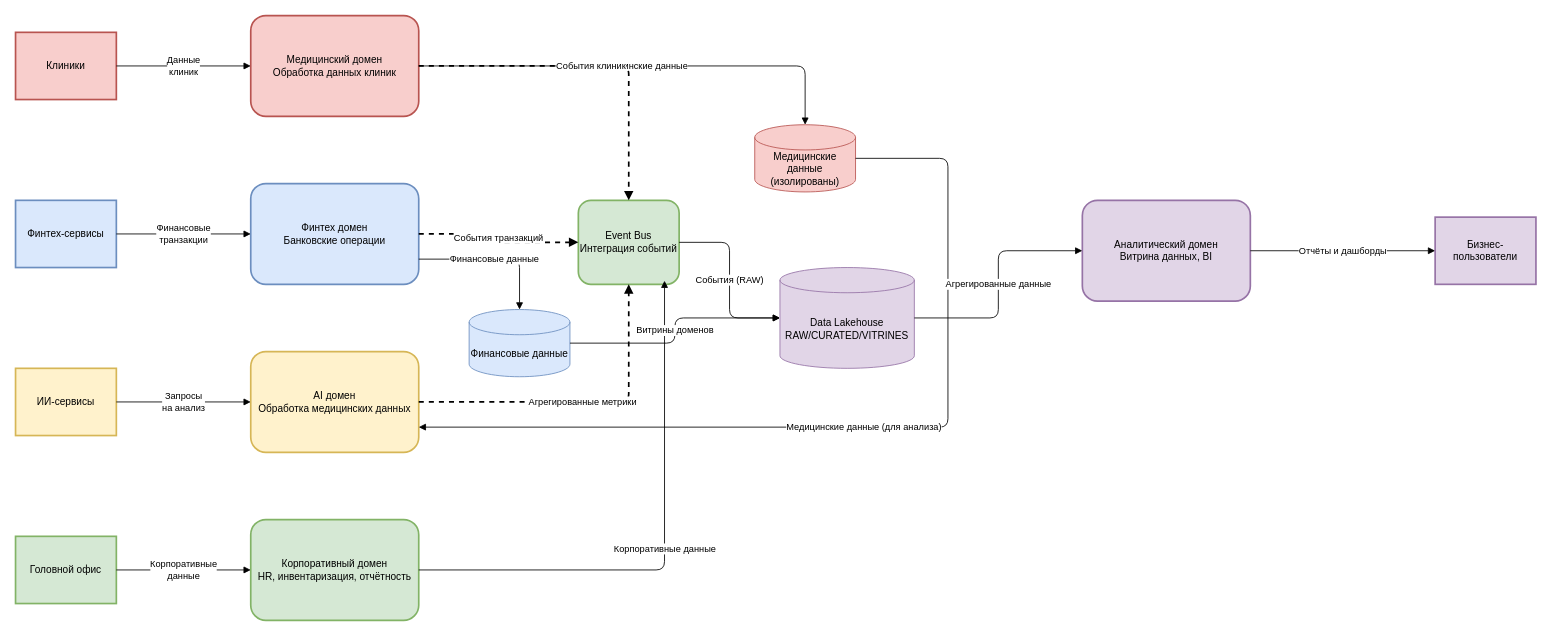
practicumstudent2025/architecture-future_2_0 keeps this draw.io diagram as Task2/data_flow_diagram.drawio. Above is the earlier version. Source tidied: cells renumbered, new cells numbered last; positions are measured from the earlier drawing's top-left corner, leaving out a move shared by most shapes. Both pictures are drawn from the tidied source at 84%, with x=0, y=0 at pixel (15, 15).
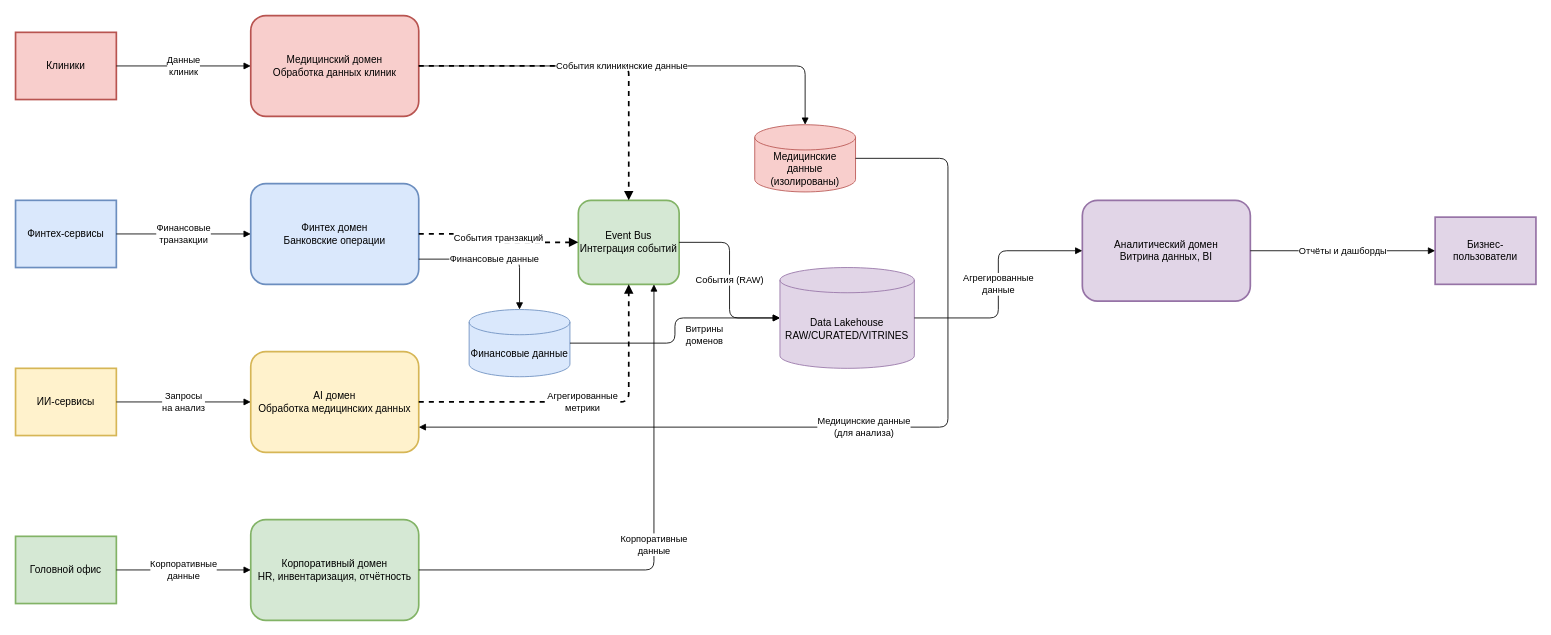
After the change.

Commit message:
Task2: Обновления DFD диаграммы

The change refers to these unchanged cells:
```xml
<mxCell id="9" value="AI домен&#10;Обработка медицинских данных" style="rounded=1;whiteSpace=wrap;html=1;fillColor=#fff2cc;strokeColor=#d6b656;strokeWidth=2;" parent="1" vertex="1">
  <mxGeometry x="280" y="400" width="200" height="120" as="geometry" />
</mxCell>
<mxCell id="10" value="Корпоративный домен&#10;HR, инвентаризация, отчётность" style="rounded=1;whiteSpace=wrap;html=1;fillColor=#d5e8d4;strokeColor=#82b366;strokeWidth=2;" parent="1" vertex="1">
  <mxGeometry x="280" y="600" width="200" height="120" as="geometry" />
</mxCell>
<mxCell id="11" value="Аналитический домен&#10;Витрина данных, BI" style="rounded=1;whiteSpace=wrap;html=1;fillColor=#e1d5e7;strokeColor=#9673a6;strokeWidth=2;" parent="1" vertex="1">
  <mxGeometry x="1270" y="220" width="200" height="120" as="geometry" />
</mxCell>
<mxCell id="12" value="Event Bus&#10;Интеграция событий" style="rounded=1;whiteSpace=wrap;html=1;fillColor=#d5e8d4;strokeColor=#82b366;strokeWidth=2;" parent="1" vertex="1">
  <mxGeometry x="670" y="220" width="120" height="100" as="geometry" />
</mxCell>
<mxCell id="13" value="Data Lakehouse&#10;RAW/CURATED/VITRINES" style="shape=cylinder3;whiteSpace=wrap;html=1;boundedLbl=1;backgroundOutline=1;size=15;fillColor=#e1d5e7;strokeColor=#9673a6;" parent="1" vertex="1">
  <mxGeometry x="910" y="300" width="160" height="120" as="geometry" />
</mxCell>
<mxCell id="14" value="Медицинские данные&#10;(изолированы)" style="shape=cylinder3;whiteSpace=wrap;html=1;boundedLbl=1;backgroundOutline=1;size=15;fillColor=#f8cecc;strokeColor=#b85450;" parent="1" vertex="1">
  <mxGeometry x="880" y="130" width="120" height="80" as="geometry" />
</mxCell>
<mxCell id="15" value="Финансовые данные" style="shape=cylinder3;whiteSpace=wrap;html=1;boundedLbl=1;backgroundOutline=1;size=15;fillColor=#dae8fc;strokeColor=#6c8ebf;" parent="1" vertex="1">
  <mxGeometry x="540" y="350" width="120" height="80" as="geometry" />
</mxCell>
```

The edit, as a diff of the source:
```diff
@@
-    <mxCell id="24" value="Медицинские данные (для анализа)" style="edgeStyle=orthogonalEdgeStyle;html=1;endArrow=block;endFill=1;rounded=1;entryX=1;entryY=0.75;entryDx=0;entryDy=0;" parent="1" edge="1" source="14" target="9">
+    <mxCell id="24" value="Медицинские данные &lt;br&gt;(для анализа)" style="edgeStyle=orthogonalEdgeStyle;html=1;endArrow=block;endFill=1;rounded=1;entryX=1;entryY=0.75;entryDx=0;entryDy=0;" parent="1" edge="1" source="14" target="9">
       <mxGeometry relative="1" as="geometry">
         <Array as="points">
           <mxPoint x="1110" y="170" />
           <mxPoint x="1110" y="490" />
         </Array>
       </mxGeometry>
     </mxCell>
-    <mxCell id="25" value="Агрегированные метрики" style="edgeStyle=orthogonalEdgeStyle;html=1;endArrow=block;endFill=1;rounded=1;strokeWidth=2;dashed=1;" parent="1" edge="1" source="9" target="12">
+    <mxCell id="25" value="Агрегированные &lt;br&gt;метрики" style="edgeStyle=orthogonalEdgeStyle;html=1;endArrow=block;endFill=1;rounded=1;strokeWidth=2;dashed=1;" parent="1" edge="1" source="9" target="12">
       <mxGeometry relative="1" as="geometry" />
     </mxCell>
-    <mxCell id="26" value="Корпоративные данные" style="edgeStyle=orthogonalEdgeStyle;html=1;endArrow=block;endFill=1;rounded=1;entryX=0.855;entryY=1;entryDx=0;entryDy=-4.35;entryPerimeter=0;" parent="1" edge="1" source="10" target="12">
+    <mxCell id="26" value="Корпоративные &lt;br&gt;данные" style="edgeStyle=orthogonalEdgeStyle;html=1;endArrow=block;endFill=1;rounded=1;entryX=0.75;entryY=1;entryDx=0;entryDy=0;" parent="1" edge="1" source="10" target="12">
       <mxGeometry relative="1" as="geometry" />
     </mxCell>
@@
-    <mxCell id="28" value="Витрины доменов" style="edgeStyle=orthogonalEdgeStyle;html=1;endArrow=block;endFill=1;rounded=1;" parent="1" edge="1" source="15" target="13">
-      <mxGeometry relative="1" as="geometry" />
+    <mxCell id="28" value="Витрины &lt;br&gt;доменов" style="edgeStyle=orthogonalEdgeStyle;html=1;endArrow=block;endFill=1;rounded=1;" parent="1" edge="1" source="15" target="13">
+      <mxGeometry x="0.36" y="-20" relative="1" as="geometry" />
     </mxCell>
-    <mxCell id="29" value="Агрегированные данные" style="edgeStyle=orthogonalEdgeStyle;html=1;endArrow=block;endFill=1;rounded=1;" parent="1" edge="1" source="13" target="11">
+    <mxCell id="29" value="Агрегированные &lt;br&gt;данные" style="edgeStyle=orthogonalEdgeStyle;html=1;endArrow=block;endFill=1;rounded=1;" parent="1" edge="1" source="13" target="11">
       <mxGeometry relative="1" as="geometry" />
     </mxCell>
```
